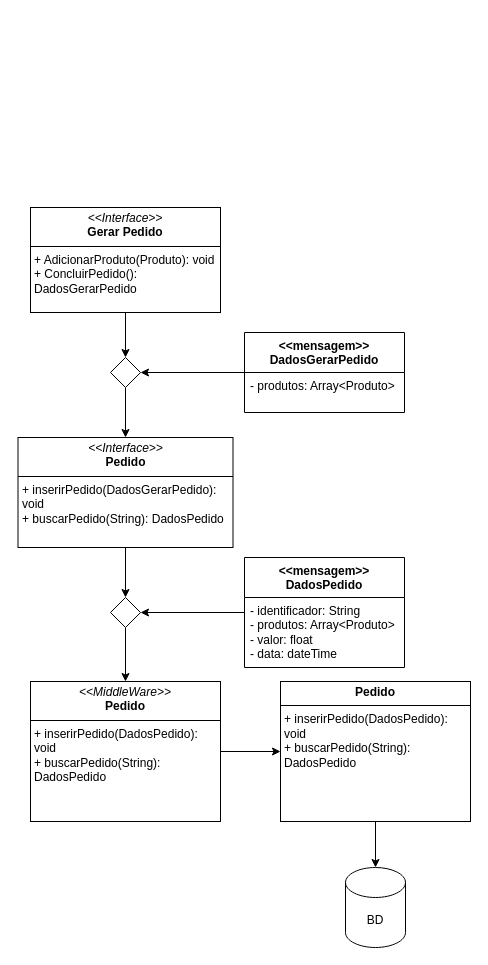
This is design/UMLGerarPedido.drawio from WolWolffz/ThuderBass_Stock, a draw.io file, before an edit. Source tidied: cells renumbered, new cells numbered last; positions are measured from the earlier drawing's top-left corner, leaving out a move shared by most shapes. Both pictures are drawn from the tidied source at 100%, with x=0, y=0 at pixel (18, 207).
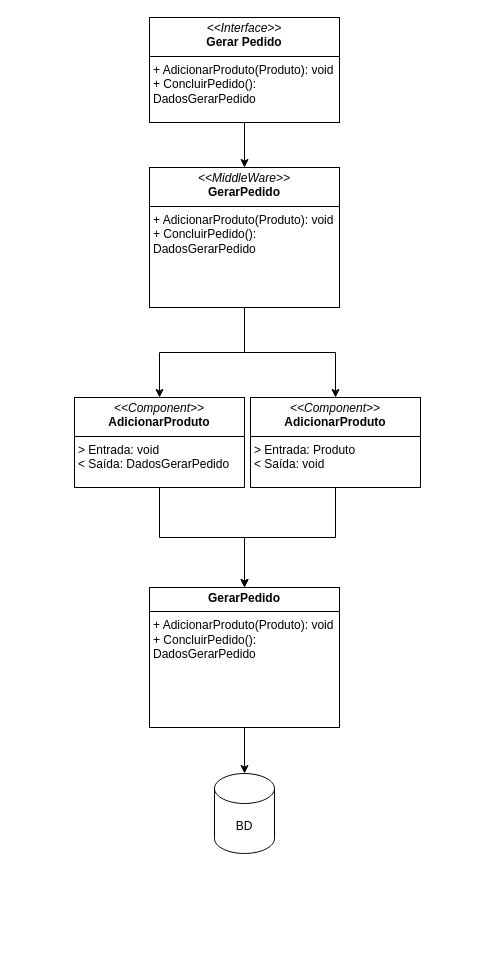
After the change.

What changed in the source:
```diff
@@
-    <mxCell id="2" style="edgeStyle=orthogonalEdgeStyle;rounded=0;jettySize=auto;html=1;exitX=0.5;exitY=1;exitDx=0;exitDy=0;entryX=0.5;entryY=0;entryDx=0;entryDy=0;" parent="1" edge="1" source="3" target="13">
-      <mxGeometry relative="1" as="geometry" />
-    </mxCell>
+    <mxCell id="21" style="edgeStyle=orthogonalEdgeStyle;rounded=0;jettySize=auto;html=1;exitX=0.5;exitY=1;exitDx=0;exitDy=0;entryX=0.5;entryY=0;entryDx=0;entryDy=0;" parent="1" edge="1" source="3" target="15">
+      <mxGeometry relative="1" as="geometry" />
+    </mxCell>
     <mxCell id="3" value="&lt;p style=&quot;margin:0px;margin-top:4px;text-align:center;&quot;&gt;&lt;i&gt;&amp;lt;&amp;lt;Interface&amp;gt;&amp;gt;&lt;/i&gt;&lt;br&gt;&lt;b&gt;Gerar Pedido&lt;/b&gt;&lt;/p&gt;&lt;hr size=&quot;1&quot; style=&quot;border-style:solid;&quot;&gt;&lt;p style=&quot;margin:0px;margin-left:4px;&quot;&gt;+ AdicionarProduto(Produto): void&lt;br&gt;+ ConcluirPedido(): DadosGerarPedido&lt;/p&gt;" style="verticalAlign=top;align=left;overflow=fill;html=1;whiteSpace=wrap;" parent="1" vertex="1">
-      <mxGeometry x="12" width="190" height="105" as="geometry" />
+      <mxGeometry x="131" y="-190" width="190" height="105" as="geometry" />
     </mxCell>
-    <mxCell id="4" style="edgeStyle=orthogonalEdgeStyle;rounded=0;jettySize=auto;html=1;entryX=1;entryY=0.5;entryDx=0;entryDy=0;" parent="1" edge="1" source="5" target="13">
-      <mxGeometry relative="1" as="geometry" />
-    </mxCell>
-    <mxCell id="5" value="&amp;lt;&amp;lt;mensagem&amp;gt;&amp;gt;&lt;div&gt;DadosGerarPedido&lt;/div&gt;" style="swimlane;fontStyle=1;align=center;verticalAlign=top;horizontal=1;startSize=40;whiteSpace=wrap;html=1;" parent="1" vertex="1">
-      <mxGeometry x="226" y="125" width="160" height="80" as="geometry" />
-    </mxCell>
-    <mxCell id="6" value="&lt;div&gt;- produtos: Array&amp;lt;Produto&amp;gt;&lt;span style=&quot;background-color: initial;&quot;&gt;&amp;nbsp;&lt;/span&gt;&lt;/div&gt;" style="text;strokeColor=none;fillColor=none;align=left;verticalAlign=top;spacingLeft=4;spacingRight=4;overflow=hidden;whiteSpace=wrap;html=1;" parent="5" vertex="1">
-      <mxGeometry y="40" width="160" height="40" as="geometry" />
-    </mxCell>
-    <mxCell id="7" style="edgeStyle=orthogonalEdgeStyle;rounded=0;jettySize=auto;html=1;exitX=0.5;exitY=1;exitDx=0;exitDy=0;entryX=0.5;entryY=0;entryDx=0;entryDy=0;" parent="1" edge="1" source="8" target="19">
-      <mxGeometry relative="1" as="geometry" />
-    </mxCell>
-    <mxCell id="8" value="&lt;p style=&quot;margin:0px;margin-top:4px;text-align:center;&quot;&gt;&lt;i&gt;&amp;lt;&amp;lt;Interface&amp;gt;&amp;gt;&lt;/i&gt;&lt;br&gt;&lt;b&gt;Pedido&lt;/b&gt;&lt;/p&gt;&lt;hr size=&quot;1&quot; style=&quot;border-style:solid;&quot;&gt;&lt;p style=&quot;margin:0px;margin-left:4px;&quot;&gt;+ inserirPedido(DadosGerarPedido): void&lt;br&gt;+ buscarPedido(String): DadosPedido&lt;/p&gt;" style="verticalAlign=top;align=left;overflow=fill;html=1;whiteSpace=wrap;" parent="1" vertex="1">
-      <mxGeometry x="-0.5" y="230" width="215" height="110" as="geometry" />
-    </mxCell>
-    <mxCell id="9" style="edgeStyle=orthogonalEdgeStyle;rounded=0;jettySize=auto;html=1;entryX=1;entryY=0.5;entryDx=0;entryDy=0;" parent="1" edge="1" source="10" target="19">
-      <mxGeometry relative="1" as="geometry" />
-    </mxCell>
-    <mxCell id="10" value="&amp;lt;&amp;lt;mensagem&amp;gt;&amp;gt;&lt;div&gt;DadosPedido&lt;/div&gt;" style="swimlane;fontStyle=1;align=center;verticalAlign=top;horizontal=1;startSize=40;whiteSpace=wrap;html=1;" parent="1" vertex="1">
-      <mxGeometry x="226" y="350" width="160" height="110" as="geometry" />
-    </mxCell>
-    <mxCell id="11" value="- identificador: String&lt;div&gt;- produtos: Array&amp;lt;Produto&amp;gt;&lt;/div&gt;&lt;div&gt;- valor: float&lt;/div&gt;&lt;div&gt;- data: dateTime&lt;/div&gt;" style="text;strokeColor=none;fillColor=none;align=left;verticalAlign=top;spacingLeft=4;spacingRight=4;overflow=hidden;whiteSpace=wrap;html=1;" parent="10" vertex="1">
-      <mxGeometry y="40" width="160" height="70" as="geometry" />
-    </mxCell>
-    <mxCell id="12" style="edgeStyle=orthogonalEdgeStyle;rounded=0;jettySize=auto;html=1;entryX=0.5;entryY=0;entryDx=0;entryDy=0;" parent="1" edge="1" source="13" target="8">
-      <mxGeometry relative="1" as="geometry" />
-    </mxCell>
-    <mxCell id="13" style="rhombus;whiteSpace=wrap;html=1;" parent="1" vertex="1">
-      <mxGeometry x="92" y="150" width="30" height="30" as="geometry" />
-    </mxCell>
-    <mxCell id="14" style="edgeStyle=orthogonalEdgeStyle;rounded=0;jettySize=auto;html=1;exitX=1;exitY=0.5;exitDx=0;exitDy=0;" parent="1" edge="1" source="15" target="17">
-      <mxGeometry relative="1" as="geometry" />
-    </mxCell>
+    <mxCell id="22" style="edgeStyle=orthogonalEdgeStyle;rounded=0;jettySize=auto;html=1;exitX=0.5;exitY=1;exitDx=0;exitDy=0;entryX=0.5;entryY=0;entryDx=0;entryDy=0;" parent="1" edge="1" source="15" target="27">
+      <mxGeometry relative="1" as="geometry" />
+    </mxCell>
+    <mxCell id="23" style="edgeStyle=orthogonalEdgeStyle;rounded=0;jettySize=auto;html=1;exitX=0.5;exitY=1;exitDx=0;exitDy=0;entryX=0.5;entryY=0;entryDx=0;entryDy=0;" parent="1" edge="1" source="15" target="25">
+      <mxGeometry relative="1" as="geometry" />
+    </mxCell>
-    <mxCell id="15" value="&lt;p style=&quot;margin:0px;margin-top:4px;text-align:center;&quot;&gt;&lt;i&gt;&amp;lt;&amp;lt;MiddleWare&amp;gt;&amp;gt;&lt;/i&gt;&lt;br&gt;&lt;b&gt;Pedido&lt;/b&gt;&lt;/p&gt;&lt;hr size=&quot;1&quot; style=&quot;border-style:solid;&quot;&gt;&lt;p style=&quot;margin:0px;margin-left:4px;&quot;&gt;+ inserirPedido(DadosPedido): void&lt;br&gt;+ buscarPedido(String): DadosPedido&lt;/p&gt;" style="verticalAlign=top;align=left;overflow=fill;html=1;whiteSpace=wrap;" parent="1" vertex="1">
-      <mxGeometry x="12" y="474" width="190" height="140" as="geometry" />
+    <mxCell id="15" value="&lt;p style=&quot;margin:0px;margin-top:4px;text-align:center;&quot;&gt;&lt;i&gt;&amp;lt;&amp;lt;MiddleWare&amp;gt;&amp;gt;&lt;/i&gt;&lt;br&gt;&lt;b&gt;GerarPedido&lt;/b&gt;&lt;/p&gt;&lt;hr size=&quot;1&quot; style=&quot;border-style:solid;&quot;&gt;&lt;p style=&quot;margin:0px;margin-left:4px;&quot;&gt;+ AdicionarProduto(Produto): void&lt;br&gt;+ ConcluirPedido(): DadosGerarPedido&lt;br&gt;&lt;/p&gt;" style="verticalAlign=top;align=left;overflow=fill;html=1;whiteSpace=wrap;" parent="1" vertex="1">
+      <mxGeometry x="131" y="-40" width="190" height="140" as="geometry" />
     </mxCell>
@@
-    <mxCell id="17" value="&lt;p style=&quot;margin:0px;margin-top:4px;text-align:center;&quot;&gt;&lt;b&gt;Pedido&lt;/b&gt;&lt;/p&gt;&lt;hr size=&quot;1&quot; style=&quot;border-style:solid;&quot;&gt;&lt;p style=&quot;margin:0px;margin-left:4px;&quot;&gt;+ inserirPedido(DadosPedido): void&lt;br&gt;+ buscarPedido(String): DadosPedido&lt;/p&gt;" style="verticalAlign=top;align=left;overflow=fill;html=1;whiteSpace=wrap;" parent="1" vertex="1">
-      <mxGeometry x="262" y="474" width="190" height="140" as="geometry" />
+    <mxCell id="17" value="&lt;p style=&quot;margin:0px;margin-top:4px;text-align:center;&quot;&gt;&lt;b&gt;GerarPedido&lt;/b&gt;&lt;/p&gt;&lt;hr size=&quot;1&quot; style=&quot;border-style:solid;&quot;&gt;&lt;p style=&quot;margin:0px;margin-left:4px;&quot;&gt;+ AdicionarProduto(Produto): void&lt;br&gt;+ ConcluirPedido(): DadosGerarPedido&lt;br&gt;&lt;/p&gt;" style="verticalAlign=top;align=left;overflow=fill;html=1;whiteSpace=wrap;" parent="1" vertex="1">
+      <mxGeometry x="131" y="380" width="190" height="140" as="geometry" />
     </mxCell>
-    <mxCell id="18" style="edgeStyle=orthogonalEdgeStyle;rounded=0;jettySize=auto;html=1;entryX=0.5;entryY=0;entryDx=0;entryDy=0;" parent="1" edge="1" source="19" target="15">
-      <mxGeometry relative="1" as="geometry" />
-    </mxCell>
-    <mxCell id="19" style="rhombus;whiteSpace=wrap;html=1;" parent="1" vertex="1">
-      <mxGeometry x="92" y="390" width="30" height="30" as="geometry" />
-    </mxCell>
     <mxCell id="20" value="BD" style="shape=cylinder3;whiteSpace=wrap;html=1;boundedLbl=1;backgroundOutline=1;size=15;" parent="1" vertex="1">
-      <mxGeometry x="327" y="660" width="60" height="80" as="geometry" />
+      <mxGeometry x="196" y="566" width="60" height="80" as="geometry" />
     </mxCell>
+    <mxCell id="24" style="edgeStyle=orthogonalEdgeStyle;rounded=0;jettySize=auto;html=1;exitX=0.5;exitY=1;exitDx=0;exitDy=0;entryX=0.5;entryY=0;entryDx=0;entryDy=0;" parent="1" edge="1" source="25" target="17">
+      <mxGeometry relative="1" as="geometry" />
+    </mxCell>
+    <mxCell id="25" value="&lt;p style=&quot;margin:0px;margin-top:4px;text-align:center;&quot;&gt;&lt;i&gt;&amp;lt;&amp;lt;Component&amp;gt;&amp;gt;&lt;/i&gt;&lt;br&gt;&lt;b&gt;AdicionarProduto&lt;/b&gt;&lt;/p&gt;&lt;hr size=&quot;1&quot; style=&quot;border-style:solid;&quot;&gt;&lt;p style=&quot;margin:0px;margin-left:4px;&quot;&gt;&amp;gt; Entrada: Produto&lt;/p&gt;&lt;p style=&quot;margin:0px;margin-left:4px;&quot;&gt;&lt;span style=&quot;background-color: initial;&quot;&gt;&amp;lt; Saída: void&lt;/span&gt;&lt;/p&gt;" style="verticalAlign=top;align=left;overflow=fill;html=1;whiteSpace=wrap;" parent="1" vertex="1">
+      <mxGeometry x="232" y="190" width="170" height="90" as="geometry" />
+    </mxCell>
+    <mxCell id="26" style="edgeStyle=orthogonalEdgeStyle;rounded=0;jettySize=auto;html=1;exitX=0.5;exitY=1;exitDx=0;exitDy=0;entryX=0.5;entryY=0;entryDx=0;entryDy=0;" parent="1" edge="1" source="27" target="17">
+      <mxGeometry relative="1" as="geometry" />
+    </mxCell>
+    <mxCell id="27" value="&lt;p style=&quot;margin:0px;margin-top:4px;text-align:center;&quot;&gt;&lt;i&gt;&amp;lt;&amp;lt;Component&amp;gt;&amp;gt;&lt;/i&gt;&lt;br&gt;&lt;b&gt;AdicionarProduto&lt;/b&gt;&lt;/p&gt;&lt;hr size=&quot;1&quot; style=&quot;border-style:solid;&quot;&gt;&lt;p style=&quot;margin:0px;margin-left:4px;&quot;&gt;&amp;gt; Entrada: void&lt;/p&gt;&lt;p style=&quot;margin:0px;margin-left:4px;&quot;&gt;&lt;span style=&quot;background-color: initial;&quot;&gt;&amp;lt; Saída: DadosGerarPedido&lt;/span&gt;&lt;/p&gt;" style="verticalAlign=top;align=left;overflow=fill;html=1;whiteSpace=wrap;" parent="1" vertex="1">
+      <mxGeometry x="56" y="190" width="170" height="90" as="geometry" />
+    </mxCell>
```
